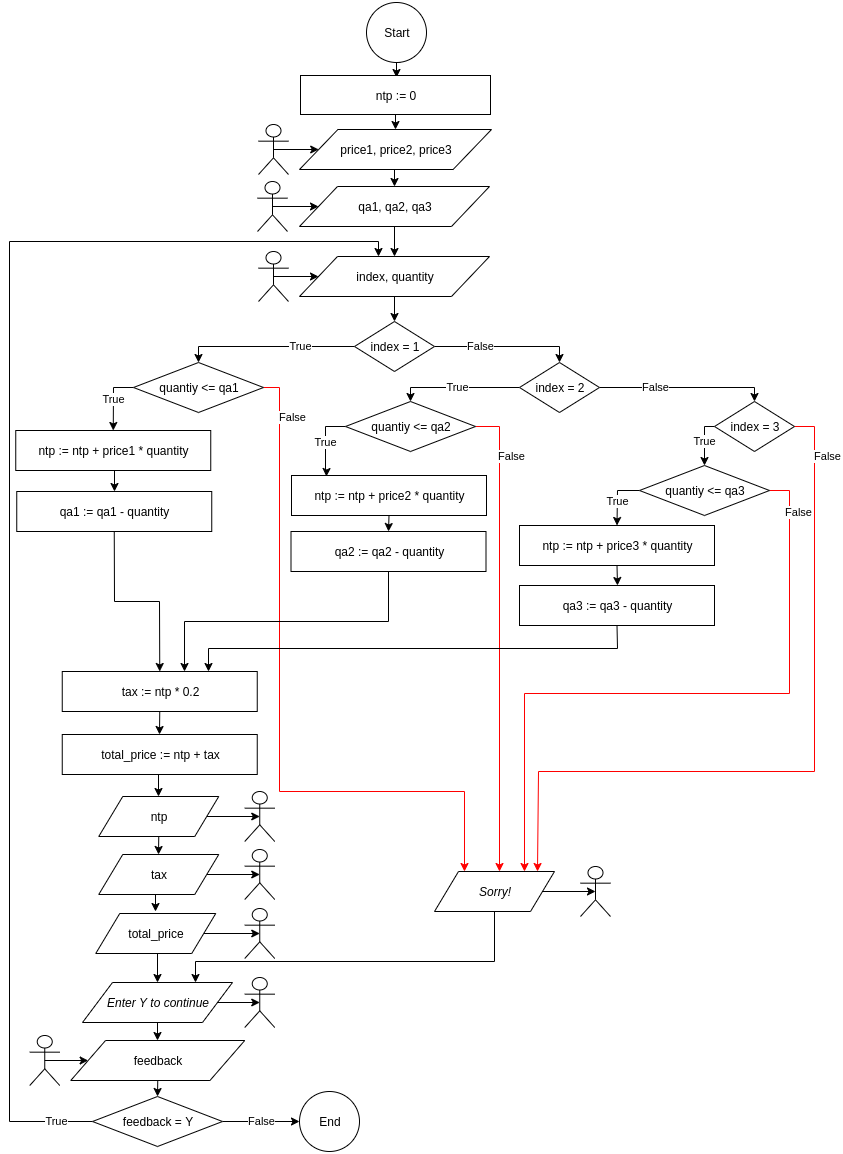
This is milestone1/images/TCA_1_5.png from oiraqi/xcommerce-standalone-c, a draw.io export, as it was before one commit. Source tidied: cells renumbered, new cells last; positions are measured from the earlier drawing's top-left corner, leaving out a move shared by most shapes.
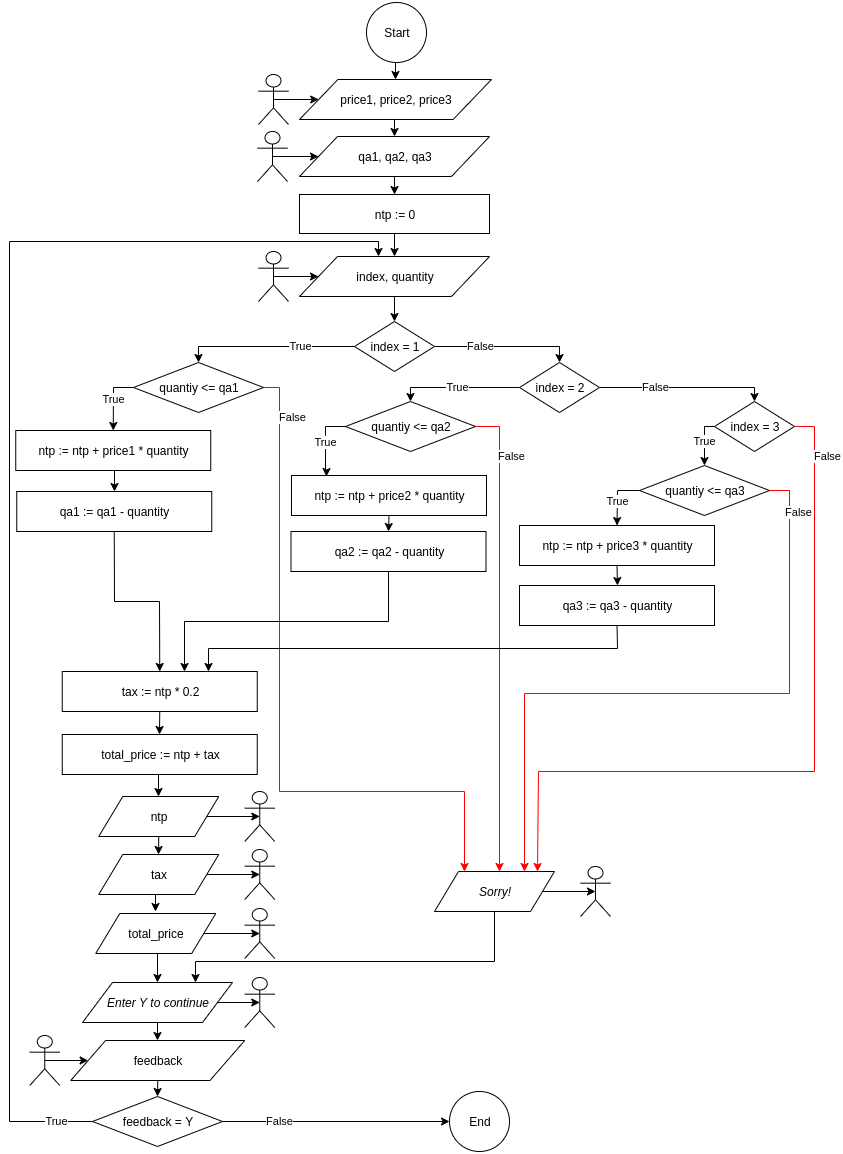
After the commit.

What changed in the source:
```diff
@@ -2,12 +2,9 @@
   <root>
     <mxCell id="0" />
     <mxCell id="1" parent="0" />
-    <mxCell id="2" style="edgeStyle=orthogonalEdgeStyle;rounded=0;orthogonalLoop=1;jettySize=auto;html=1;exitX=0.5;exitY=1;exitDx=0;exitDy=0;entryX=0.471;entryY=0.051;entryDx=0;entryDy=0;entryPerimeter=0;" parent="1" edge="1">
-      <mxGeometry relative="1" as="geometry">
-        <mxPoint x="391" y="60" as="sourcePoint" />
-        <mxPoint x="387" y="75" as="targetPoint" />
-      </mxGeometry>
-    </mxCell>
+    <mxCell id="80" style="edgeStyle=orthogonalEdgeStyle;rounded=0;jettySize=auto;html=1;exitX=0.5;exitY=1;exitDx=0;exitDy=0;entryX=0.5;entryY=0;entryDx=0;entryDy=0;" parent="1" edge="1" source="3" target="5">
+      <mxGeometry relative="1" as="geometry" />
+    </mxCell>
     <mxCell id="3" value="Start" style="ellipse;whiteSpace=wrap;html=1;" parent="1" vertex="1">
       <mxGeometry x="357" width="60" height="60" as="geometry" />
     </mxCell>
@@ -15,13 +12,13 @@
       <mxGeometry relative="1" as="geometry" />
     </mxCell>
     <mxCell id="5" value="price1, price2, price3" style="shape=parallelogram;perimeter=parallelogramPerimeter;whiteSpace=wrap;html=1;" parent="1" vertex="1">
-      <mxGeometry x="290" y="127" width="192" height="40" as="geometry" />
+      <mxGeometry x="290" y="77" width="192" height="40" as="geometry" />
     </mxCell>
-    <mxCell id="6" style="edgeStyle=orthogonalEdgeStyle;rounded=0;jettySize=auto;html=1;exitX=0.5;exitY=1;exitDx=0;exitDy=0;entryX=0.5;entryY=0;entryDx=0;entryDy=0;" parent="1" edge="1" source="7" target="32">
-      <mxGeometry relative="1" as="geometry" />
-    </mxCell>
+    <mxCell id="81" style="edgeStyle=orthogonalEdgeStyle;rounded=0;jettySize=auto;html=1;exitX=0.5;exitY=1;exitDx=0;exitDy=0;entryX=0.5;entryY=0;entryDx=0;entryDy=0;" parent="1" edge="1" source="7" target="79">
+      <mxGeometry relative="1" as="geometry" />
+    </mxCell>
     <mxCell id="7" value="qa1, qa2, qa3" style="shape=parallelogram;perimeter=parallelogramPerimeter;whiteSpace=wrap;html=1;" parent="1" vertex="1">
-      <mxGeometry x="290" y="184" width="190" height="40" as="geometry" />
+      <mxGeometry x="290" y="134" width="190" height="40" as="geometry" />
     </mxCell>
     <mxCell id="8" style="edgeStyle=orthogonalEdgeStyle;rounded=0;jettySize=auto;html=1;exitX=0.5;exitY=1;exitDx=0;exitDy=0;entryX=0.5;entryY=0;entryDx=0;entryDy=0;" parent="1" edge="1" source="9" target="48">
       <mxGeometry relative="1" as="geometry" />
@@ -39,19 +36,19 @@
       <mxGeometry x="89.2" y="794" width="120" height="40" as="geometry" />
     </mxCell>
     <mxCell id="13" value="End" style="ellipse;whiteSpace=wrap;html=1;" parent="1" vertex="1">
-      <mxGeometry x="290" y="1089" width="60" height="60" as="geometry" />
+      <mxGeometry x="440" y="1089" width="60" height="60" as="geometry" />
     </mxCell>
     <mxCell id="14" style="edgeStyle=orthogonalEdgeStyle;rounded=0;jettySize=auto;html=1;exitX=0.5;exitY=0.5;exitDx=0;exitDy=0;exitPerimeter=0;entryX=0;entryY=0.5;entryDx=0;entryDy=0;" parent="1" edge="1" source="15" target="5">
       <mxGeometry relative="1" as="geometry" />
     </mxCell>
     <mxCell id="15" style="shape=umlActor;verticalLabelPosition=bottom;labelBackgroundColor=#ffffff;verticalAlign=top;html=1;outlineConnect=0;" parent="1" vertex="1">
-      <mxGeometry x="249" y="122" width="30" height="50" as="geometry" />
+      <mxGeometry x="249" y="72" width="30" height="50" as="geometry" />
     </mxCell>
     <mxCell id="16" style="edgeStyle=orthogonalEdgeStyle;rounded=0;jettySize=auto;html=1;exitX=0.5;exitY=0.5;exitDx=0;exitDy=0;exitPerimeter=0;entryX=0;entryY=0.5;entryDx=0;entryDy=0;" parent="1" edge="1" source="17" target="7">
       <mxGeometry relative="1" as="geometry" />
     </mxCell>
     <mxCell id="17" style="shape=umlActor;verticalLabelPosition=bottom;labelBackgroundColor=#ffffff;verticalAlign=top;html=1;outlineConnect=0;" parent="1" vertex="1">
-      <mxGeometry x="248" y="179" width="30" height="50" as="geometry" />
+      <mxGeometry x="248" y="129" width="30" height="50" as="geometry" />
     </mxCell>
     <mxCell id="18" style="shape=umlActor;verticalLabelPosition=bottom;labelBackgroundColor=#ffffff;verticalAlign=top;html=1;outlineConnect=0;" parent="1" vertex="1">
       <mxGeometry x="235.2" y="789" width="30" height="50" as="geometry" />
@@ -261,7 +258,7 @@
       </mxGeometry>
     </mxCell>
     <mxCell id="68" value="False" style="edgeStyle=orthogonalEdgeStyle;rounded=0;jettySize=auto;html=1;exitX=1;exitY=0.5;exitDx=0;exitDy=0;entryX=0;entryY=0.5;entryDx=0;entryDy=0;" parent="1" edge="1" source="69" target="13">
-      <mxGeometry relative="1" as="geometry" />
+      <mxGeometry x="-0.5" relative="1" as="geometry" />
     </mxCell>
     <mxCell id="69" value="feedback = Y" style="rhombus;whiteSpace=wrap;html=1;" parent="1" vertex="1">
       <mxGeometry x="83" y="1094" width="130" height="50" as="geometry" />
@@ -290,11 +287,11 @@
     <mxCell id="77" style="shape=umlActor;verticalLabelPosition=bottom;labelBackgroundColor=#ffffff;verticalAlign=top;html=1;outlineConnect=0;" parent="1" vertex="1">
       <mxGeometry x="235.2" y="975" width="30" height="50" as="geometry" />
     </mxCell>
-    <mxCell id="78" style="edgeStyle=orthogonalEdgeStyle;rounded=0;jettySize=auto;html=1;exitX=0.5;exitY=1;exitDx=0;exitDy=0;entryX=0.5;entryY=0;entryDx=0;entryDy=0;" parent="1" edge="1" source="79" target="5">
-      <mxGeometry relative="1" as="geometry" />
-    </mxCell>
+    <mxCell id="82" style="edgeStyle=orthogonalEdgeStyle;rounded=0;jettySize=auto;html=1;exitX=0.5;exitY=1;exitDx=0;exitDy=0;entryX=0.5;entryY=0;entryDx=0;entryDy=0;" parent="1" edge="1" source="79" target="32">
+      <mxGeometry relative="1" as="geometry" />
+    </mxCell>
     <mxCell id="79" value="ntp := 0" style="rounded=0;whiteSpace=wrap;html=1;" parent="1" vertex="1">
-      <mxGeometry x="291" y="73" width="190" height="39" as="geometry" />
+      <mxGeometry x="290" y="192" width="190" height="39" as="geometry" />
     </mxCell>
   </root>
 </mxGraphModel>
```
